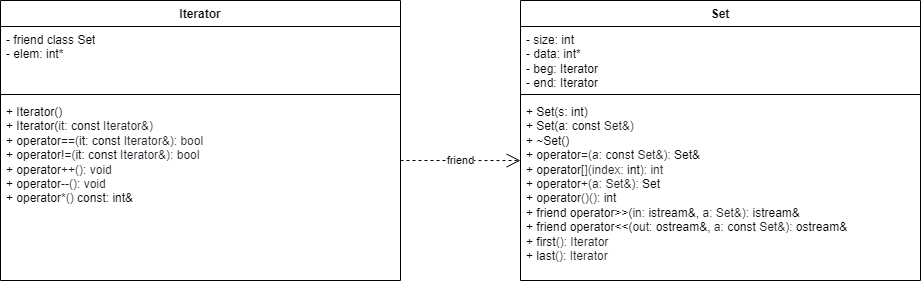
UlviSevkhanov/Labs_PSTU_2022 keeps this draw.io diagram as 2nd Semester/Classes/6 lab/6 lab.png. Above is the earlier version. Source tidied: cells renumbered, new cells last; positions are measured from the earlier drawing's top-left corner, leaving out a move shared by most shapes.
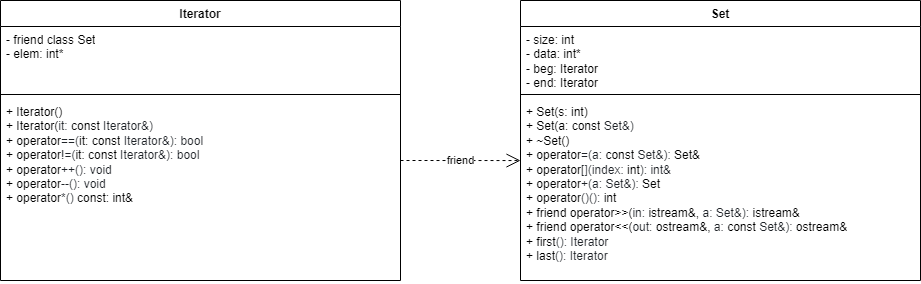
The same file after the commit.

Commit message:
png classes 7 lab

Change to the diagram source:
```diff
@@ -16,7 +16,7 @@
         <mxPoint x="-120" y="160" as="sourcePoint" />
       </mxGeometry>
     </mxCell>
-    <mxCell id="6" value="+ Set(s: int)&amp;nbsp;&lt;br&gt;+ Set(a:&amp;nbsp;const&lt;span style=&quot;color: rgb(31, 35, 40); background-color: rgb(255, 255, 255);&quot;&gt; Set&amp;amp;)&lt;br&gt;&lt;/span&gt;+ ~Set()&lt;br&gt;+ operator&lt;span style=&quot;color: rgb(31, 35, 40); background-color: rgb(255, 255, 255);&quot;&gt;=(a:&amp;nbsp;&lt;/span&gt;&lt;span style=&quot;box-sizing: border-box; color: var(--color-prettylights-syntax-keyword); background-color: rgb(255, 255, 255);&quot; class=&quot;pl-k&quot;&gt;const&lt;/span&gt;&lt;span style=&quot;color: rgb(31, 35, 40); background-color: rgb(255, 255, 255);&quot;&gt; Set&amp;amp;):&amp;nbsp;&lt;/span&gt;Set&amp;amp;&lt;br&gt;+&amp;nbsp;operator&lt;span style=&quot;color: rgb(31, 35, 40); background-color: rgb(255, 255, 255);&quot;&gt;[](index:&amp;nbsp;&lt;/span&gt;&lt;span style=&quot;box-sizing: border-box; color: var(--color-prettylights-syntax-keyword); background-color: rgb(255, 255, 255);&quot; class=&quot;pl-k&quot;&gt;int&lt;/span&gt;&lt;span style=&quot;color: rgb(31, 35, 40); background-color: rgb(255, 255, 255);&quot;&gt;): int&lt;br&gt;&lt;/span&gt;+&amp;nbsp;operator&lt;span style=&quot;color: rgb(31, 35, 40); background-color: rgb(255, 255, 255);&quot;&gt;+(a: Set&amp;amp;):&amp;nbsp;&lt;/span&gt;Set&lt;br&gt;+&amp;nbsp;operator&lt;span style=&quot;color: rgb(31, 35, 40); background-color: rgb(255, 255, 255);&quot;&gt;()():&amp;nbsp;&lt;/span&gt;int&lt;br&gt;+&amp;nbsp;friend&lt;font color=&quot;#1f2328&quot;&gt;&amp;nbsp;&lt;/font&gt;&lt;span style=&quot;box-sizing: border-box; color: var(--color-prettylights-syntax-keyword); background-color: rgb(255, 255, 255);&quot; class=&quot;pl-k&quot;&gt;operator&lt;/span&gt;&amp;gt;&amp;gt;(&lt;span style=&quot;color: rgb(31, 35, 40); background-color: rgb(255, 255, 255);&quot;&gt;in:&amp;nbsp;&lt;/span&gt;istream&amp;amp;,&amp;nbsp;&lt;span style=&quot;color: rgb(31, 35, 40); background-color: rgb(255, 255, 255);&quot;&gt;a:&amp;nbsp;&lt;/span&gt;&lt;span style=&quot;color: rgb(31, 35, 40); background-color: rgb(255, 255, 255);&quot;&gt;Set&amp;amp;):&amp;nbsp;&lt;/span&gt;istream&amp;amp;&lt;br&gt;+&amp;nbsp;friend&lt;font color=&quot;#1f2328&quot;&gt;&amp;nbsp;&lt;/font&gt;&lt;span style=&quot;box-sizing: border-box; color: var(--color-prettylights-syntax-keyword); background-color: rgb(255, 255, 255);&quot; class=&quot;pl-k&quot;&gt;operator&lt;/span&gt;&amp;lt;&amp;lt;(&lt;span style=&quot;color: rgb(31, 35, 40); background-color: rgb(255, 255, 255);&quot;&gt;out:&amp;nbsp;&lt;/span&gt;ostream&amp;amp;,&amp;nbsp;&lt;span style=&quot;color: rgb(31, 35, 40); background-color: rgb(255, 255, 255);&quot;&gt;a:&amp;nbsp;&lt;/span&gt;&lt;span style=&quot;box-sizing: border-box; color: var(--color-prettylights-syntax-keyword); background-color: rgb(255, 255, 255);&quot; class=&quot;pl-k&quot;&gt;const&lt;/span&gt;&lt;span style=&quot;color: rgb(31, 35, 40); background-color: rgb(255, 255, 255);&quot;&gt; Set&amp;amp;):&amp;nbsp;&lt;/span&gt;ostream&amp;amp;&lt;br&gt;+&amp;nbsp;first&lt;span style=&quot;color: rgb(31, 35, 40); background-color: rgb(255, 255, 255);&quot;&gt;(): Iterator&lt;br&gt;&lt;/span&gt;+&amp;nbsp;last&lt;span style=&quot;color: rgb(31, 35, 40); background-color: rgb(255, 255, 255);&quot;&gt;(): Iterator&lt;/span&gt;" style="text;strokeColor=none;fillColor=none;align=left;verticalAlign=top;spacingLeft=4;spacingRight=4;overflow=hidden;points=[[0,0.5],[1,0.5]];portConstraint=eastwest;whiteSpace=wrap;html=1;" parent="2" vertex="1">
+    <mxCell id="6" value="+ Set(s: int)&amp;nbsp;&lt;br&gt;+ Set(a:&amp;nbsp;const&lt;span style=&quot;color: rgb(31, 35, 40); background-color: rgb(255, 255, 255);&quot;&gt; Set&amp;amp;)&lt;br&gt;&lt;/span&gt;+ ~Set()&lt;br&gt;+ operator&lt;span style=&quot;color: rgb(31, 35, 40); background-color: rgb(255, 255, 255);&quot;&gt;=(a:&amp;nbsp;&lt;/span&gt;&lt;span style=&quot;box-sizing: border-box; color: var(--color-prettylights-syntax-keyword); background-color: rgb(255, 255, 255);&quot; class=&quot;pl-k&quot;&gt;const&lt;/span&gt;&lt;span style=&quot;color: rgb(31, 35, 40); background-color: rgb(255, 255, 255);&quot;&gt; Set&amp;amp;):&amp;nbsp;&lt;/span&gt;Set&amp;amp;&lt;br&gt;+&amp;nbsp;operator&lt;span style=&quot;color: rgb(31, 35, 40); background-color: rgb(255, 255, 255);&quot;&gt;[](index:&amp;nbsp;&lt;/span&gt;&lt;span style=&quot;box-sizing: border-box; color: var(--color-prettylights-syntax-keyword); background-color: rgb(255, 255, 255);&quot; class=&quot;pl-k&quot;&gt;int&lt;/span&gt;&lt;span style=&quot;color: rgb(31, 35, 40); background-color: rgb(255, 255, 255);&quot;&gt;): int&amp;amp;&lt;br&gt;&lt;/span&gt;+&amp;nbsp;operator&lt;span style=&quot;color: rgb(31, 35, 40); background-color: rgb(255, 255, 255);&quot;&gt;+(a: Set&amp;amp;):&amp;nbsp;&lt;/span&gt;Set&lt;br&gt;+&amp;nbsp;operator&lt;span style=&quot;color: rgb(31, 35, 40); background-color: rgb(255, 255, 255);&quot;&gt;()():&amp;nbsp;&lt;/span&gt;int&lt;br&gt;+&amp;nbsp;friend&lt;font color=&quot;#1f2328&quot;&gt;&amp;nbsp;&lt;/font&gt;&lt;span style=&quot;box-sizing: border-box; color: var(--color-prettylights-syntax-keyword); background-color: rgb(255, 255, 255);&quot; class=&quot;pl-k&quot;&gt;operator&lt;/span&gt;&amp;gt;&amp;gt;(&lt;span style=&quot;color: rgb(31, 35, 40); background-color: rgb(255, 255, 255);&quot;&gt;in:&amp;nbsp;&lt;/span&gt;istream&amp;amp;,&amp;nbsp;&lt;span style=&quot;color: rgb(31, 35, 40); background-color: rgb(255, 255, 255);&quot;&gt;a:&amp;nbsp;&lt;/span&gt;&lt;span style=&quot;color: rgb(31, 35, 40); background-color: rgb(255, 255, 255);&quot;&gt;Set&amp;amp;):&amp;nbsp;&lt;/span&gt;istream&amp;amp;&lt;br&gt;+&amp;nbsp;friend&lt;font color=&quot;#1f2328&quot;&gt;&amp;nbsp;&lt;/font&gt;&lt;span style=&quot;box-sizing: border-box; color: var(--color-prettylights-syntax-keyword); background-color: rgb(255, 255, 255);&quot; class=&quot;pl-k&quot;&gt;operator&lt;/span&gt;&amp;lt;&amp;lt;(&lt;span style=&quot;color: rgb(31, 35, 40); background-color: rgb(255, 255, 255);&quot;&gt;out:&amp;nbsp;&lt;/span&gt;ostream&amp;amp;,&amp;nbsp;&lt;span style=&quot;color: rgb(31, 35, 40); background-color: rgb(255, 255, 255);&quot;&gt;a:&amp;nbsp;&lt;/span&gt;&lt;span style=&quot;box-sizing: border-box; color: var(--color-prettylights-syntax-keyword); background-color: rgb(255, 255, 255);&quot; class=&quot;pl-k&quot;&gt;const&lt;/span&gt;&lt;span style=&quot;color: rgb(31, 35, 40); background-color: rgb(255, 255, 255);&quot;&gt; Set&amp;amp;):&amp;nbsp;&lt;/span&gt;ostream&amp;amp;&lt;br&gt;+&amp;nbsp;first&lt;span style=&quot;color: rgb(31, 35, 40); background-color: rgb(255, 255, 255);&quot;&gt;(): Iterator&lt;br&gt;&lt;/span&gt;+&amp;nbsp;last&lt;span style=&quot;color: rgb(31, 35, 40); background-color: rgb(255, 255, 255);&quot;&gt;(): Iterator&lt;/span&gt;" style="text;strokeColor=none;fillColor=none;align=left;verticalAlign=top;spacingLeft=4;spacingRight=4;overflow=hidden;points=[[0,0.5],[1,0.5]];portConstraint=eastwest;whiteSpace=wrap;html=1;" parent="2" vertex="1">
       <mxGeometry y="98" width="400" height="182" as="geometry" />
     </mxCell>
     <mxCell id="7" value="Iterator" style="swimlane;fontStyle=1;align=center;verticalAlign=top;horizontal=1;startSize=26;whiteSpace=wrap;html=1;" parent="1" vertex="1">
```
